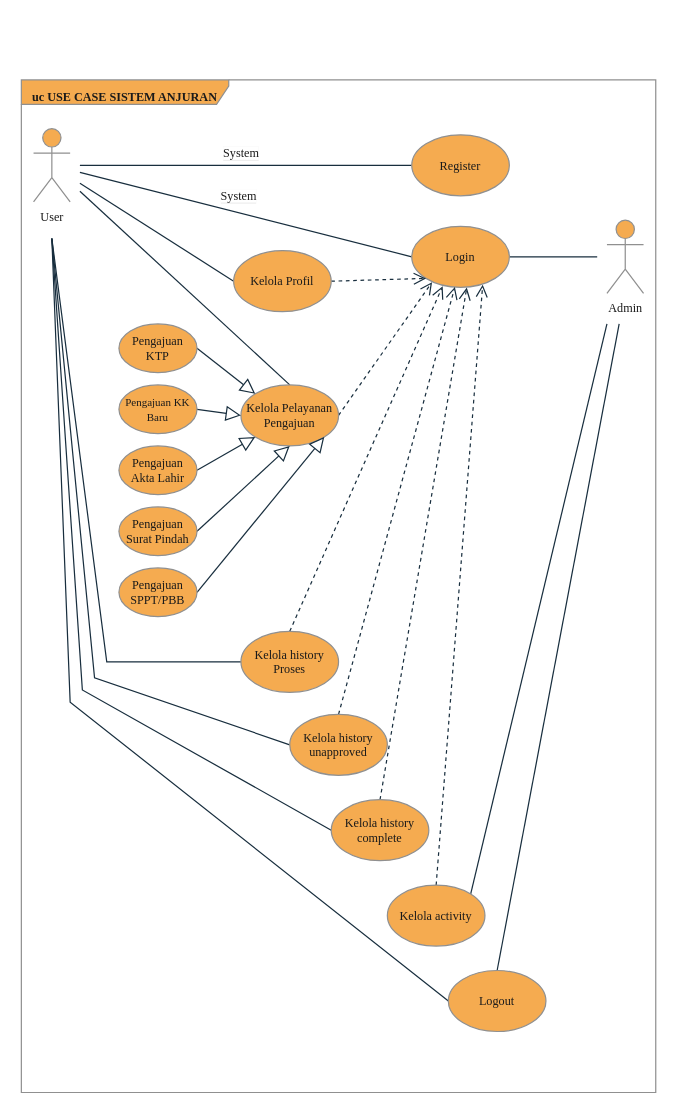
Above: saga-usecase-diagram.drawio in AkbarMarunduri/Saga-Diagram (draw.io), before the change. Source tidied: cells renumbered, new cells numbered last; positions are measured from the earlier drawing's top-left corner, leaving out a move shared by most shapes. Both pictures are drawn from the tidied source at 122%, with x=0, y=0 at pixel (21, 79).
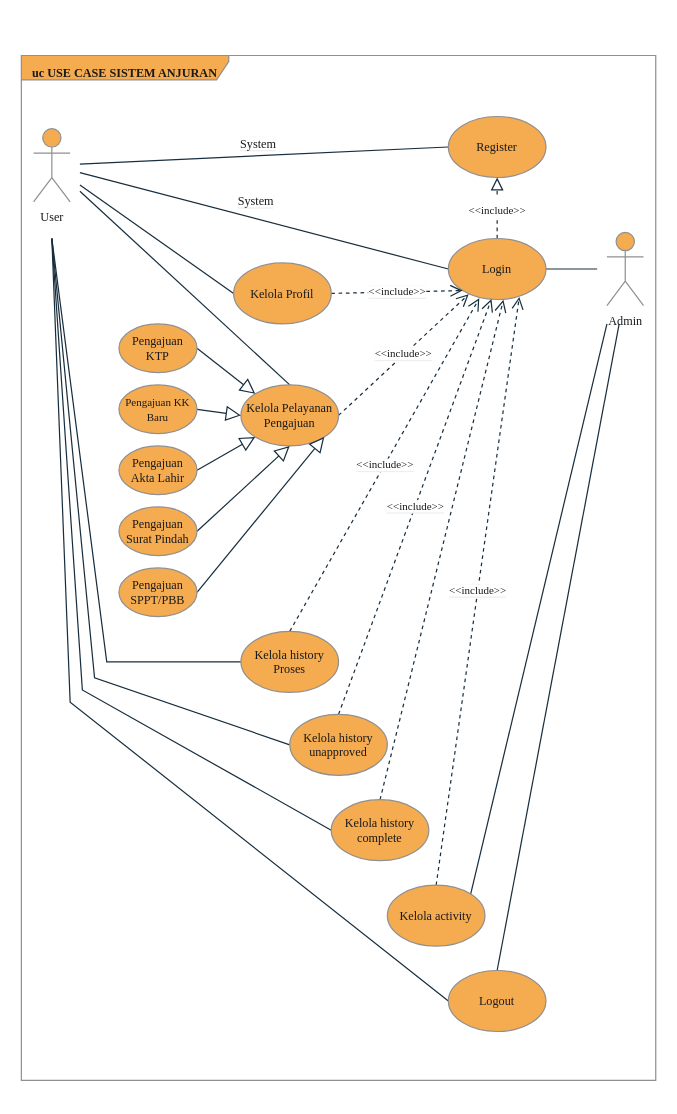
Above is the later version.

Unchanged cells that the change refers to:
```xml
<mxCell id="21" value="Kelola Pelayanan Pengajuan" style="ellipse;whiteSpace=wrap;html=1;hachureGap=4;fontFamily=Times New Roman;fontSize=10;fillColor=#F5AB50;strokeColor=#909090;fontColor=#1A1A1A;" parent="1" vertex="1">
  <mxGeometry x="180" y="250" width="80" height="50" as="geometry" />
</mxCell>
<mxCell id="23" value="Kelola history Proses" style="ellipse;whiteSpace=wrap;html=1;hachureGap=4;fontFamily=Times New Roman;fontSize=10;fillColor=#F5AB50;strokeColor=#909090;fontColor=#1A1A1A;" parent="1" vertex="1">
  <mxGeometry x="180" y="452" width="80" height="50" as="geometry" />
</mxCell>
<mxCell id="25" value="Kelola history unapproved" style="ellipse;whiteSpace=wrap;html=1;hachureGap=4;fontFamily=Times New Roman;fontSize=10;fillColor=#F5AB50;strokeColor=#909090;fontColor=#1A1A1A;" parent="1" vertex="1">
  <mxGeometry x="220" y="520" width="80" height="50" as="geometry" />
</mxCell>
<mxCell id="29" value="Kelola activity" style="ellipse;whiteSpace=wrap;html=1;hachureGap=4;fontFamily=Times New Roman;fontSize=10;fillColor=#F5AB50;strokeColor=#909090;fontColor=#1A1A1A;" parent="1" vertex="1">
  <mxGeometry x="300" y="660" width="80" height="50" as="geometry" />
</mxCell>
```

What changed in the source:
```diff
@@
     <mxCell id="2" value="&lt;h4&gt;&lt;font size=&quot;1&quot;&gt;&lt;b&gt;uc USE CASE SISTEM ANJURAN&lt;/b&gt;&lt;/font&gt;&lt;/h4&gt;" style="shape=umlFrame;whiteSpace=wrap;html=1;hachureGap=4;fontFamily=Times New Roman;fontSize=20;width=170;height=20;fillColor=#F5AB50;strokeColor=#909090;fontColor=#1A1A1A;" parent="1" vertex="1">
-      <mxGeometry width="520" height="830" as="geometry" />
+      <mxGeometry y="-20" width="520" height="840" as="geometry" />
     </mxCell>
@@
     <mxCell id="15" value="Admin" style="shape=umlActor;verticalLabelPosition=bottom;verticalAlign=top;html=1;hachureGap=4;fontFamily=Times New Roman;fontSize=10;fillColor=#F5AB50;strokeColor=#909090;fontColor=#1A1A1A;" parent="1" vertex="1">
-      <mxGeometry x="480" y="115" width="30" height="60" as="geometry" />
+      <mxGeometry x="480" y="125" width="30" height="60" as="geometry" />
     </mxCell>
     <mxCell id="16" value="Register" style="ellipse;whiteSpace=wrap;html=1;hachureGap=4;fontFamily=Times New Roman;fontSize=10;fillColor=#F5AB50;strokeColor=#909090;fontColor=#1A1A1A;" parent="1" vertex="1">
-      <mxGeometry x="320" y="45" width="80" height="50" as="geometry" />
+      <mxGeometry x="350" y="30" width="80" height="50" as="geometry" />
     </mxCell>
+    <mxCell id="41" value="&lt;span style=&quot;font-family: &amp;#34;times new roman&amp;#34; ; font-size: 9px ; background-color: rgb(255 , 255 , 255)&quot;&gt;&amp;lt;&amp;lt;include&amp;gt;&amp;gt;&lt;/span&gt;" style="edgeStyle=none;curved=0;rounded=1;sketch=0;hachureGap=4;jettySize=auto;html=1;exitX=0.5;exitY=0;exitDx=0;exitDy=0;entryX=0.5;entryY=1;entryDx=0;entryDy=0;labelBackgroundColor=#FFFFFF;fontFamily=Architects Daughter;fontSize=16;fontColor=#1A1A1A;endArrow=block;endFill=0;startSize=14;endSize=8;sourcePerimeterSpacing=8;targetPerimeterSpacing=8;strokeColor=#182E3E;dashed=1;" parent="1" edge="1" source="17" target="16">
+      <mxGeometry relative="1" as="geometry" />
+    </mxCell>
     <mxCell id="17" value="Login" style="ellipse;whiteSpace=wrap;html=1;hachureGap=4;fontFamily=Times New Roman;fontSize=10;fillColor=#F5AB50;strokeColor=#909090;fontColor=#1A1A1A;" parent="1" vertex="1">
-      <mxGeometry x="320" y="120" width="80" height="50" as="geometry" />
+      <mxGeometry x="350" y="130" width="80" height="50" as="geometry" />
     </mxCell>
-    <mxCell id="18" style="edgeStyle=none;rounded=0;hachureGap=4;jettySize=auto;html=1;exitX=1;exitY=0.5;exitDx=0;exitDy=0;entryX=0;entryY=1;entryDx=0;entryDy=0;fontFamily=Times New Roman;fontSize=9;endArrow=open;endFill=0;startSize=10;endSize=8;sourcePerimeterSpacing=8;targetPerimeterSpacing=8;dashed=1;jumpSize=6;labelBackgroundColor=#EEEEEE;strokeColor=#182E3E;fontColor=#1A1A1A;" parent="1" edge="1" source="19" target="17">
+    <mxCell id="18" value="&lt;span style=&quot;background-color: rgb(255 , 255 , 255)&quot;&gt;&amp;lt;&amp;lt;include&amp;gt;&amp;gt;&lt;/span&gt;" style="edgeStyle=none;rounded=0;hachureGap=4;jettySize=auto;html=1;exitX=1;exitY=0.5;exitDx=0;exitDy=0;entryX=0;entryY=1;entryDx=0;entryDy=0;fontFamily=Times New Roman;fontSize=9;endArrow=open;endFill=0;startSize=10;endSize=8;sourcePerimeterSpacing=8;targetPerimeterSpacing=8;dashed=1;jumpSize=6;labelBackgroundColor=#EEEEEE;strokeColor=#182E3E;fontColor=#1A1A1A;" parent="1" edge="1" source="19" target="17">
       <mxGeometry relative="1" as="geometry" />
     </mxCell>
     <mxCell id="19" value="Kelola Profil" style="ellipse;whiteSpace=wrap;html=1;hachureGap=4;fontFamily=Times New Roman;fontSize=10;fillColor=#F5AB50;strokeColor=#909090;fontColor=#1A1A1A;" parent="1" vertex="1">
-      <mxGeometry x="174" y="140" width="80" height="50" as="geometry" />
+      <mxGeometry x="174" y="150" width="80" height="50" as="geometry" />
     </mxCell>
-    <mxCell id="20" style="edgeStyle=none;rounded=0;hachureGap=4;jumpSize=6;jettySize=auto;html=1;exitX=1;exitY=0.5;exitDx=0;exitDy=0;entryX=0.208;entryY=0.915;entryDx=0;entryDy=0;fontFamily=Times New Roman;fontSize=9;endArrow=open;endFill=0;startSize=10;endSize=8;sourcePerimeterSpacing=8;targetPerimeterSpacing=8;dashed=1;entryPerimeter=0;labelBackgroundColor=#EEEEEE;strokeColor=#182E3E;fontColor=#1A1A1A;" parent="1" edge="1" source="21" target="17">
+    <mxCell id="20" value="&lt;span style=&quot;background-color: rgb(255 , 255 , 255)&quot;&gt;&amp;lt;&amp;lt;include&amp;gt;&amp;gt;&lt;/span&gt;" style="edgeStyle=none;rounded=0;hachureGap=4;jumpSize=6;jettySize=auto;html=1;exitX=1;exitY=0.5;exitDx=0;exitDy=0;entryX=0.208;entryY=0.915;entryDx=0;entryDy=0;fontFamily=Times New Roman;fontSize=9;endArrow=open;endFill=0;startSize=10;endSize=8;sourcePerimeterSpacing=8;targetPerimeterSpacing=8;dashed=1;entryPerimeter=0;labelBackgroundColor=#EEEEEE;strokeColor=#182E3E;fontColor=#1A1A1A;" parent="1" edge="1" source="21" target="17">
       <mxGeometry relative="1" as="geometry" />
     </mxCell>
@@
-    <mxCell id="22" style="edgeStyle=none;rounded=0;hachureGap=4;jumpSize=6;jettySize=auto;html=1;exitX=0.5;exitY=0;exitDx=0;exitDy=0;entryX=0.317;entryY=0.981;entryDx=0;entryDy=0;dashed=1;fontFamily=Times New Roman;fontSize=9;endArrow=open;endFill=0;startSize=10;endSize=8;sourcePerimeterSpacing=8;targetPerimeterSpacing=8;entryPerimeter=0;labelBackgroundColor=#EEEEEE;strokeColor=#182E3E;fontColor=#1A1A1A;" parent="1" edge="1" source="23" target="17">
+    <mxCell id="22" value="&lt;span style=&quot;background-color: rgb(255 , 255 , 255)&quot;&gt;&amp;lt;&amp;lt;include&amp;gt;&amp;gt;&lt;/span&gt;" style="edgeStyle=none;rounded=0;hachureGap=4;jumpSize=6;jettySize=auto;html=1;exitX=0.5;exitY=0;exitDx=0;exitDy=0;entryX=0.317;entryY=0.981;entryDx=0;entryDy=0;dashed=1;fontFamily=Times New Roman;fontSize=9;endArrow=open;endFill=0;startSize=10;endSize=8;sourcePerimeterSpacing=8;targetPerimeterSpacing=8;entryPerimeter=0;labelBackgroundColor=#EEEEEE;strokeColor=#182E3E;fontColor=#1A1A1A;" parent="1" edge="1" source="23" target="17">
       <mxGeometry relative="1" as="geometry" />
     </mxCell>
@@
-    <mxCell id="24" style="edgeStyle=none;rounded=0;hachureGap=4;jumpSize=6;jettySize=auto;html=1;exitX=0.5;exitY=0;exitDx=0;exitDy=0;dashed=1;fontFamily=Times New Roman;fontSize=9;endArrow=open;endFill=0;startSize=10;endSize=8;sourcePerimeterSpacing=8;targetPerimeterSpacing=8;entryX=0.442;entryY=0.993;entryDx=0;entryDy=0;entryPerimeter=0;labelBackgroundColor=#EEEEEE;strokeColor=#182E3E;fontColor=#1A1A1A;" parent="1" edge="1" source="25" target="17">
+    <mxCell id="24" value="&lt;span style=&quot;background-color: rgb(255 , 255 , 255)&quot;&gt;&amp;lt;&amp;lt;include&amp;gt;&amp;gt;&lt;/span&gt;" style="edgeStyle=none;rounded=0;hachureGap=4;jumpSize=6;jettySize=auto;html=1;exitX=0.5;exitY=0;exitDx=0;exitDy=0;dashed=1;fontFamily=Times New Roman;fontSize=9;endArrow=open;endFill=0;startSize=10;endSize=8;sourcePerimeterSpacing=8;targetPerimeterSpacing=8;entryX=0.442;entryY=0.993;entryDx=0;entryDy=0;entryPerimeter=0;labelBackgroundColor=#EEEEEE;strokeColor=#182E3E;fontColor=#1A1A1A;" parent="1" edge="1" source="25" target="17">
       <mxGeometry relative="1" as="geometry" />
     </mxCell>
@@
-    <mxCell id="28" style="edgeStyle=none;rounded=0;hachureGap=4;jumpSize=6;jettySize=auto;html=1;exitX=0.5;exitY=0;exitDx=0;exitDy=0;entryX=0.727;entryY=0.957;entryDx=0;entryDy=0;entryPerimeter=0;dashed=1;fontFamily=Times New Roman;fontSize=9;endArrow=open;endFill=0;startSize=10;endSize=8;sourcePerimeterSpacing=8;targetPerimeterSpacing=8;labelBackgroundColor=#EEEEEE;strokeColor=#182E3E;fontColor=#1A1A1A;" parent="1" edge="1" source="29" target="17">
+    <mxCell id="28" value="&lt;span style=&quot;background-color: rgb(255 , 255 , 255)&quot;&gt;&amp;lt;&amp;lt;include&amp;gt;&amp;gt;&lt;/span&gt;" style="edgeStyle=none;rounded=0;hachureGap=4;jumpSize=6;jettySize=auto;html=1;exitX=0.5;exitY=0;exitDx=0;exitDy=0;entryX=0.727;entryY=0.957;entryDx=0;entryDy=0;entryPerimeter=0;dashed=1;fontFamily=Times New Roman;fontSize=9;endArrow=open;endFill=0;startSize=10;endSize=8;sourcePerimeterSpacing=8;targetPerimeterSpacing=8;labelBackgroundColor=#EEEEEE;strokeColor=#182E3E;fontColor=#1A1A1A;" parent="1" edge="1" source="29" target="17">
       <mxGeometry relative="1" as="geometry" />
     </mxCell>
```
